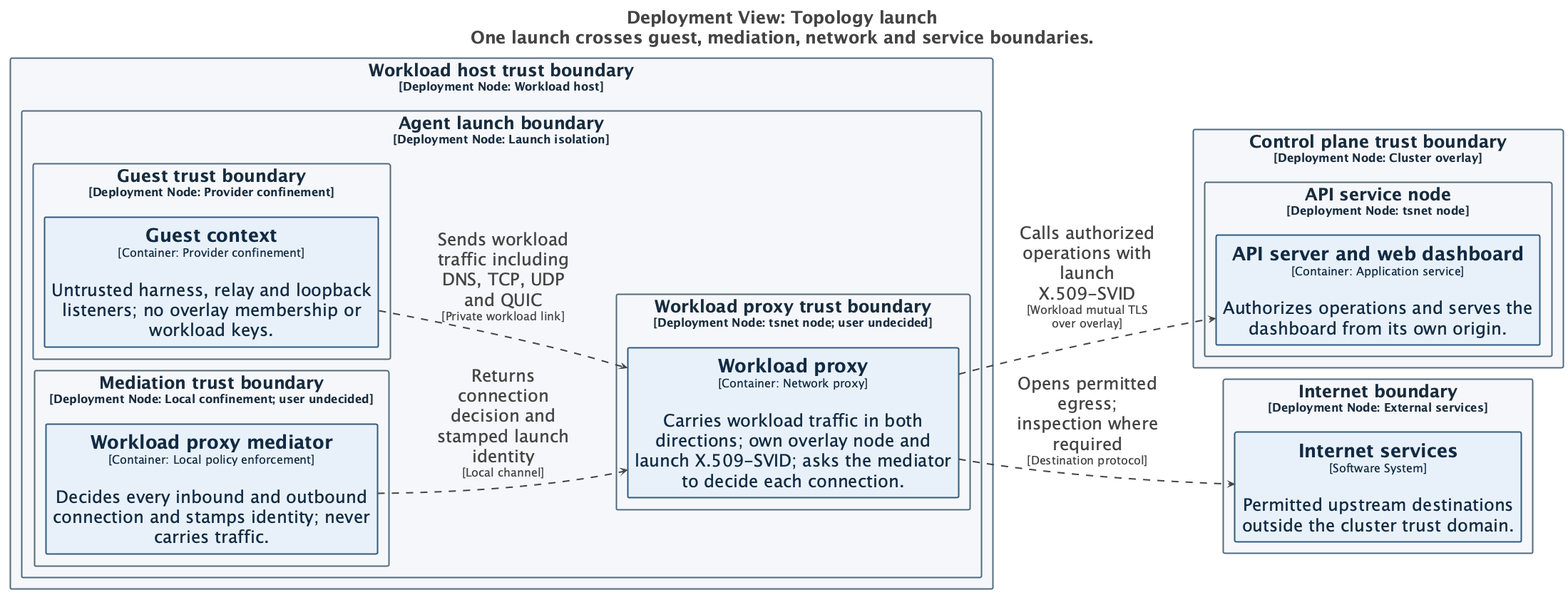
The PlantUML diagram docs/diagrams/structurizr-network-launch.png in tbhb-dev/afakt, before a commit. Its source is kept beside it as docs/diagrams/structurizr-network-launch.puml.
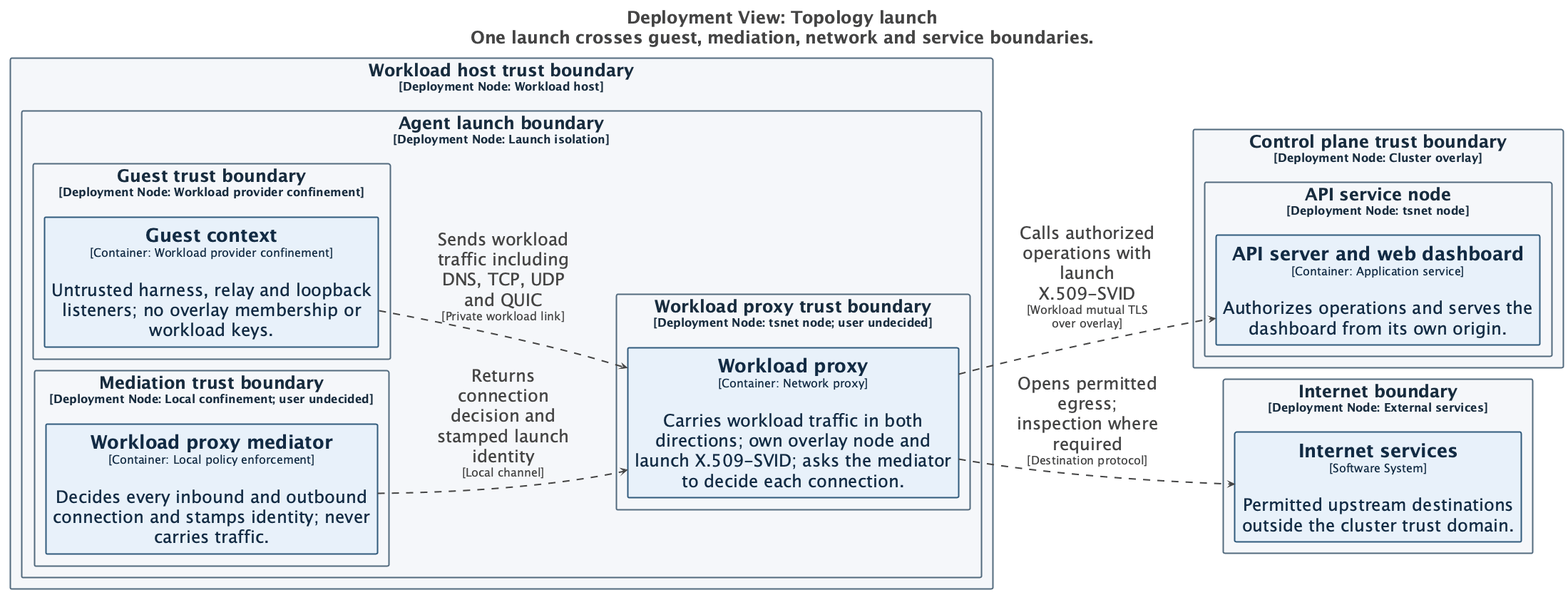
Later version of the same file.

Change to the diagram source:
```diff
@@ -53,8 +53,8 @@
 
 rectangle "Workload host trust boundary\n<size:16>[Deployment Node: Workload host]</size>" <<DeploymentNode-RWxlbWVudCxEZXBsb3ltZW50IE5vZGU=>> as Topologylaunch.Workloadhosttrustboundary {
   rectangle "Agent launch boundary\n<size:16>[Deployment Node: Launch isolation]</size>" <<DeploymentNode-RWxlbWVudCxEZXBsb3ltZW50IE5vZGU=>> as Topologylaunch.Workloadhosttrustboundary.Agentlaunchboundary {
-    rectangle "Guest trust boundary\n<size:16>[Deployment Node: Provider confinement]</size>" <<DeploymentNode-RWxlbWVudCxEZXBsb3ltZW50IE5vZGU=>> as Topologylaunch.Workloadhosttrustboundary.Agentlaunchboundary.Guesttrustboundary {
-      rectangle "==Guest context\n<size:16>[Container: Provider confinement]</size>\n\nUntrusted harness, relay and loopback listeners; no overlay membership or workload keys." <<Element-RWxlbWVudCxUb3BvbG9neQ==>> as Topologylaunch.Workloadhosttrustboundary.Agentlaunchboundary.Guesttrustboundary.Guestcontext_1
+    rectangle "Guest trust boundary\n<size:16>[Deployment Node: Workload provider confinement]</size>" <<DeploymentNode-RWxlbWVudCxEZXBsb3ltZW50IE5vZGU=>> as Topologylaunch.Workloadhosttrustboundary.Agentlaunchboundary.Guesttrustboundary {
+      rectangle "==Guest context\n<size:16>[Container: Workload provider confinement]</size>\n\nUntrusted harness, relay and loopback listeners; no overlay membership or workload keys." <<Element-RWxlbWVudCxUb3BvbG9neQ==>> as Topologylaunch.Workloadhosttrustboundary.Agentlaunchboundary.Guesttrustboundary.Guestcontext_1
     }
 
     rectangle "Mediation trust boundary\n<size:16>[Deployment Node: Local confinement; user undecided]</size>" <<DeploymentNode-RWxlbWVudCxEZXBsb3ltZW50IE5vZGU=>> as Topologylaunch.Workloadhosttrustboundary.Agentlaunchboundary.Mediationtrustboundary {
```
